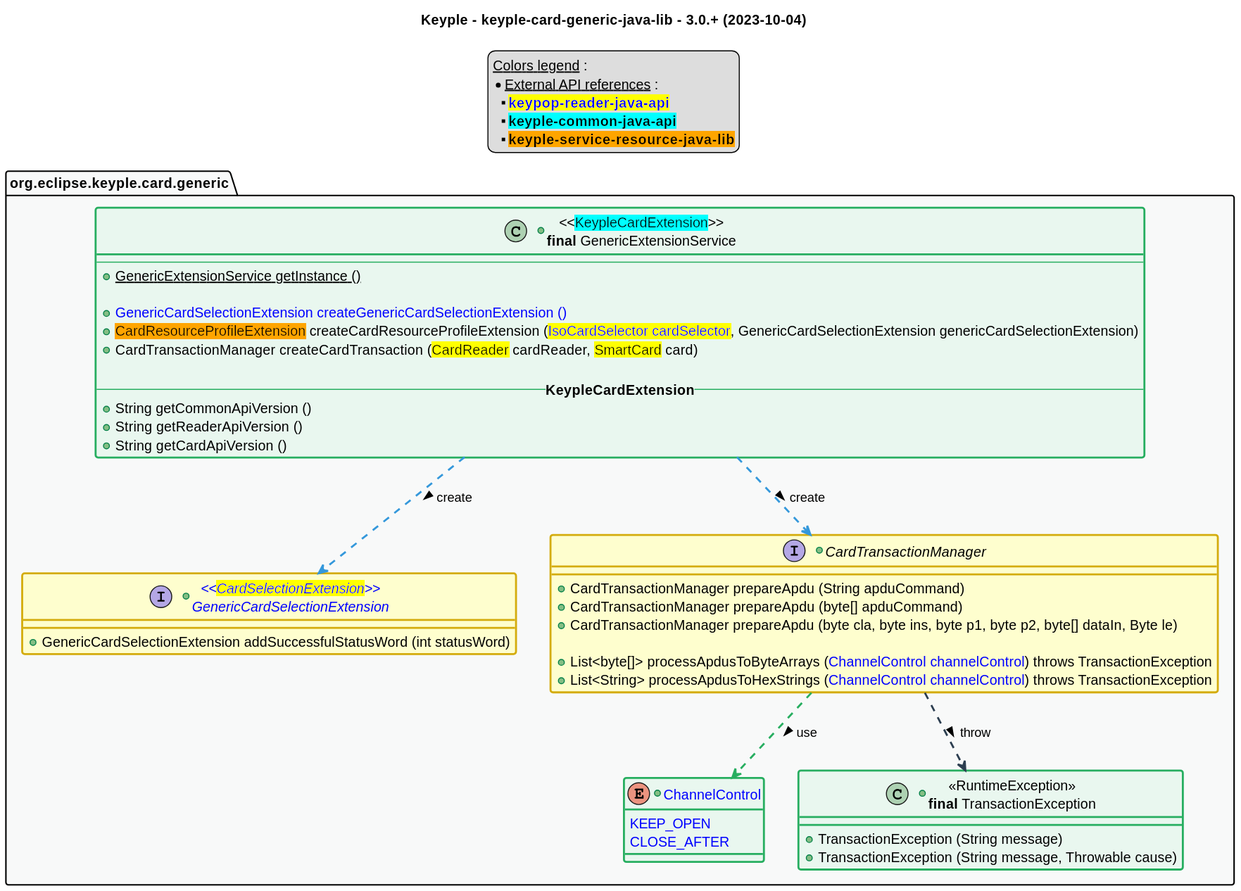
Before: src/main/uml/api_class_diagram.svg, a diagram exported from PlantUML (eclipse-keyple/keyple-card-generic-java-lib).
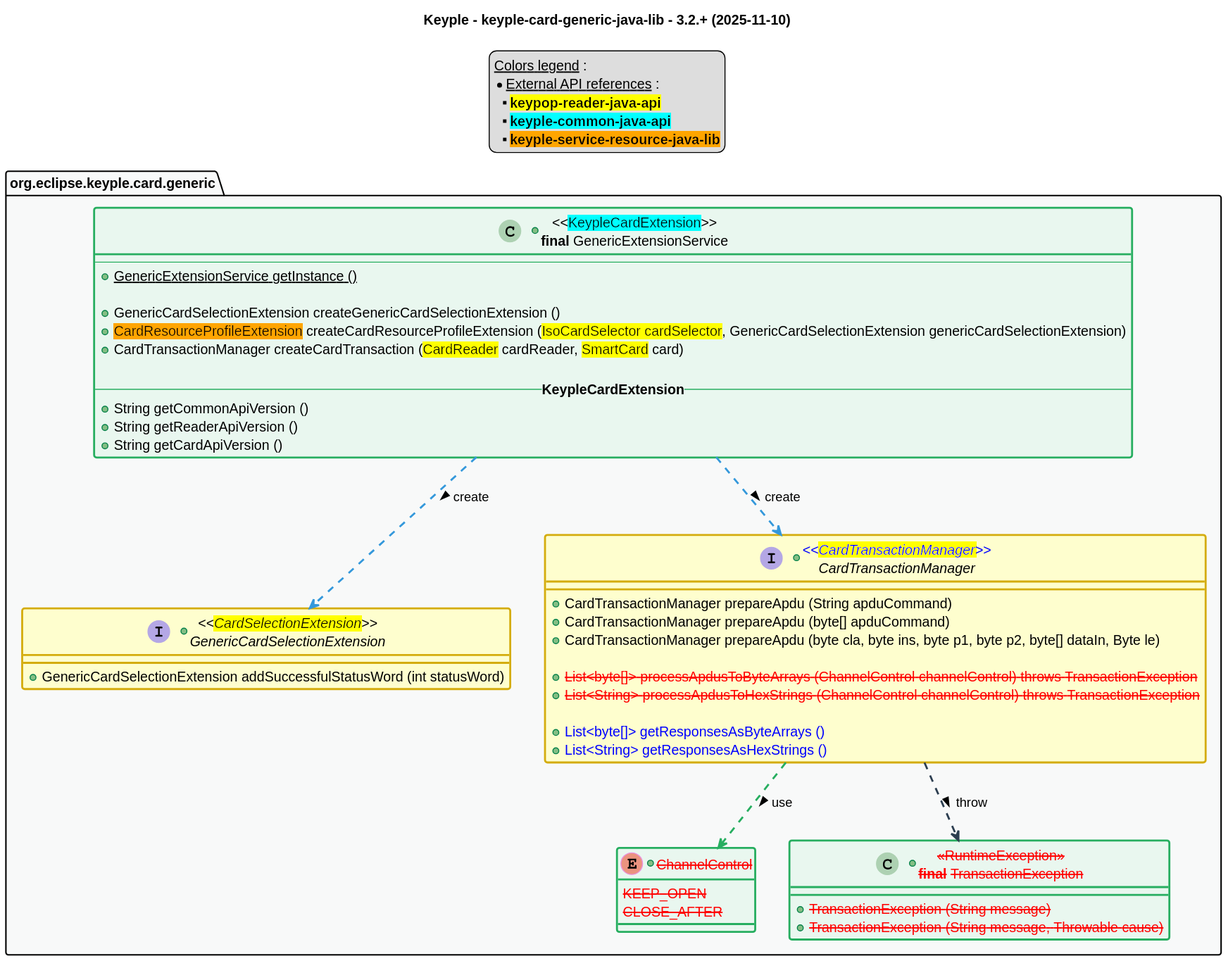
Above is the later version.

Commit message:
feat: migrate to Reader API 2.1.0 and mark legacy transaction classes as deprecated (#20)

The edit, as a diff of the source:
```diff
@@ -1,6 +1,6 @@
 @startuml
 title
-    Keyple - keyple-card-generic-java-lib - 3.0.+ (2023-10-04)
+    Keyple - keyple-card-generic-java-lib - 3.2.+ (2025-11-10)
 end title
 
 
@@ -44,7 +44,7 @@
 legend top
     __Colors legend__ :
     * __External API references__ :
-    ** <color:blue><back:yellow>**keypop-reader-java-api**</back>
+    ** <back:yellow>**keypop-reader-java-api**</back>
     ** <back:cyan>**keyple-common-java-api**</back>
     ** <back:orange>**keyple-service-resource-java-lib**</back>
 end legend
@@ -54,8 +54,8 @@
         --
         +{static} GenericExtensionService getInstance ()
 
-        +<color:blue>GenericCardSelectionExtension createGenericCardSelectionExtension ()
-        +<back:orange>CardResourceProfileExtension</back> createCardResourceProfileExtension (<color:blue><back:yellow>IsoCardSelector cardSelector</back></color>, GenericCardSelectionExtension genericCardSelectionExtension)
+        +GenericCardSelectionExtension createGenericCardSelectionExtension ()
+        +<back:orange>CardResourceProfileExtension</back> createCardResourceProfileExtension (<back:yellow>IsoCardSelector cardSelector</back>, GenericCardSelectionExtension genericCardSelectionExtension)
         +CardTransactionManager createCardTransaction (<back:yellow>CardReader</back> cardReader, <back:yellow>SmartCard</back> card)
 
         -- **KeypleCardExtension** --
@@ -63,24 +63,27 @@
         +String getReaderApiVersion ()
         +String getCardApiVersion ()
     }
-    +interface "<color:blue><<<back:yellow>CardSelectionExtension</back>>>\n<color:blue>GenericCardSelectionExtension" as GenericCardSelectionExtension {
+    +interface "<<<back:yellow>CardSelectionExtension</back>>>\nGenericCardSelectionExtension" as GenericCardSelectionExtension {
         +GenericCardSelectionExtension addSuccessfulStatusWord (int statusWord)
     }
-    +interface CardTransactionManager {
+    +interface "<color:blue><<<back:yellow>CardTransactionManager</back>>></color>\nCardTransactionManager" as CardTransactionManager {
         +CardTransactionManager prepareApdu (String apduCommand)
         +CardTransactionManager prepareApdu (byte[] apduCommand)
         +CardTransactionManager prepareApdu (byte cla, byte ins, byte p1, byte p2, byte[] dataIn, Byte le)
 
-        +List<byte[]> processApdusToByteArrays (<color:blue>ChannelControl channelControl</color>) throws TransactionException
-        +List<String> processApdusToHexStrings (<color:blue>ChannelControl channelControl</color>) throws TransactionException
+        +<color:red><s>List<byte[]> processApdusToByteArrays (ChannelControl channelControl) throws TransactionException
+        +<color:red><s>List<String> processApdusToHexStrings (ChannelControl channelControl) throws TransactionException
+
+        +<color:blue>List<byte[]> getResponsesAsByteArrays ()
+        +<color:blue>List<String> getResponsesAsHexStrings ()
     }
-    +enum "<color:blue>ChannelControl" as ChannelControl <<green>> {
-        <color:blue>KEEP_OPEN
-        <color:blue>CLOSE_AFTER
+    +enum "<color:red><s>ChannelControl" as ChannelControl <<green>> {
+        <color:red><s>KEEP_OPEN
+        <color:red><s>CLOSE_AFTER
     }
-    +class "<<RuntimeException>>\n**final** TransactionException" as TransactionException <<green>> {
-        +TransactionException (String message)
-        +TransactionException (String message, Throwable cause)
+    +class "<color:red><s><<RuntimeException>>\n<color:red><s>**final** TransactionException" as TransactionException <<green>> {
+        +<color:red><s>TransactionException (String message)
+        +<color:red><s>TransactionException (String message, Throwable cause)
     }
 }
 
```
